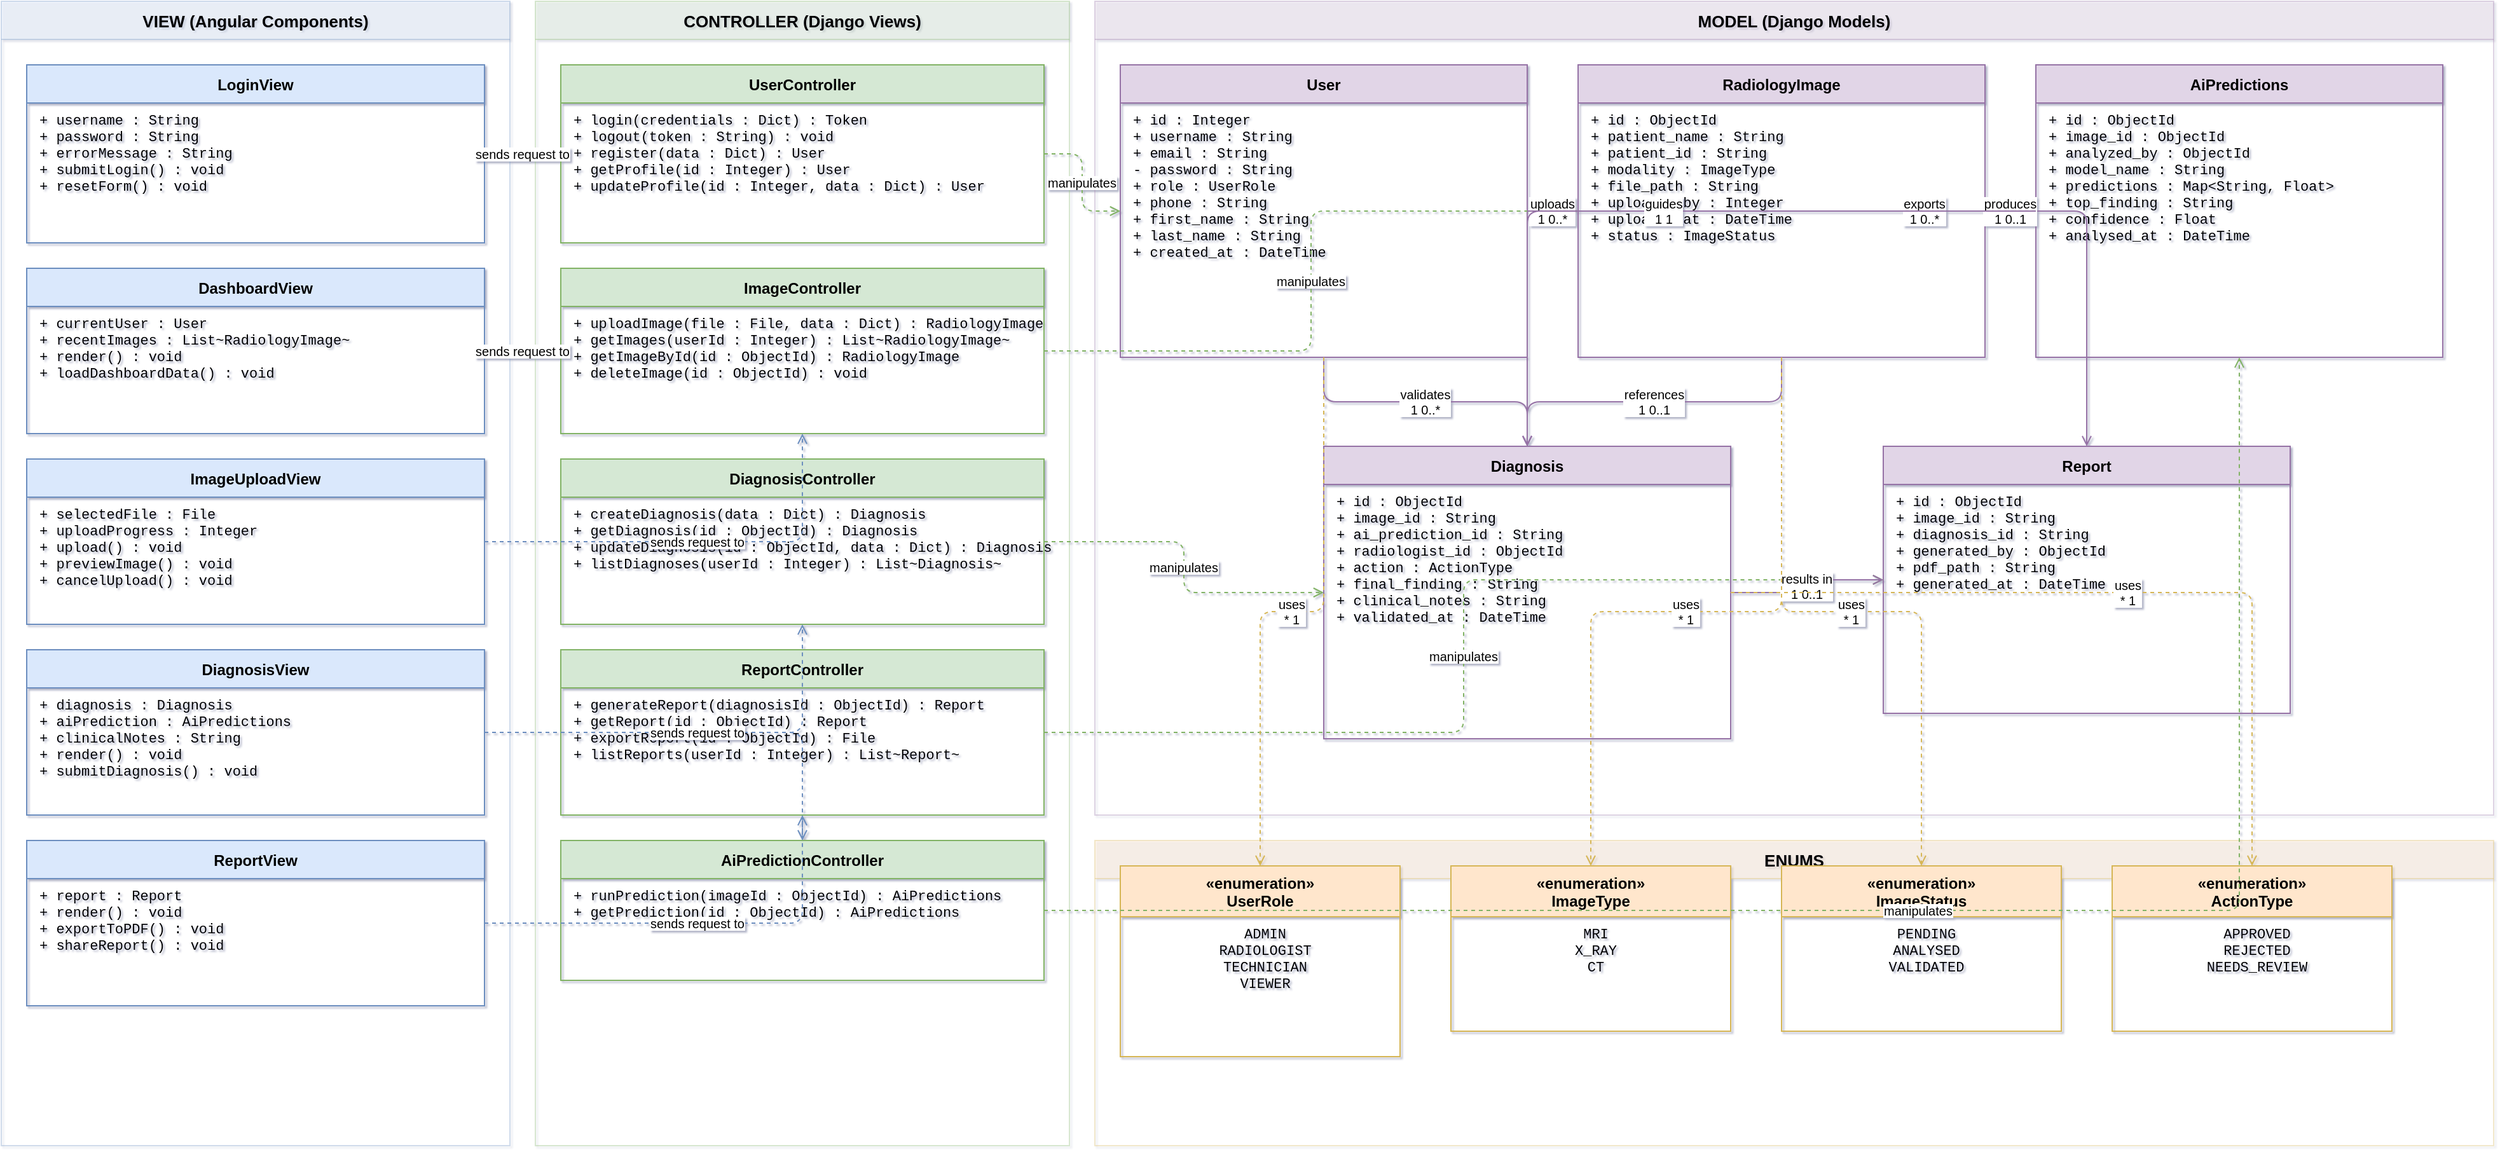
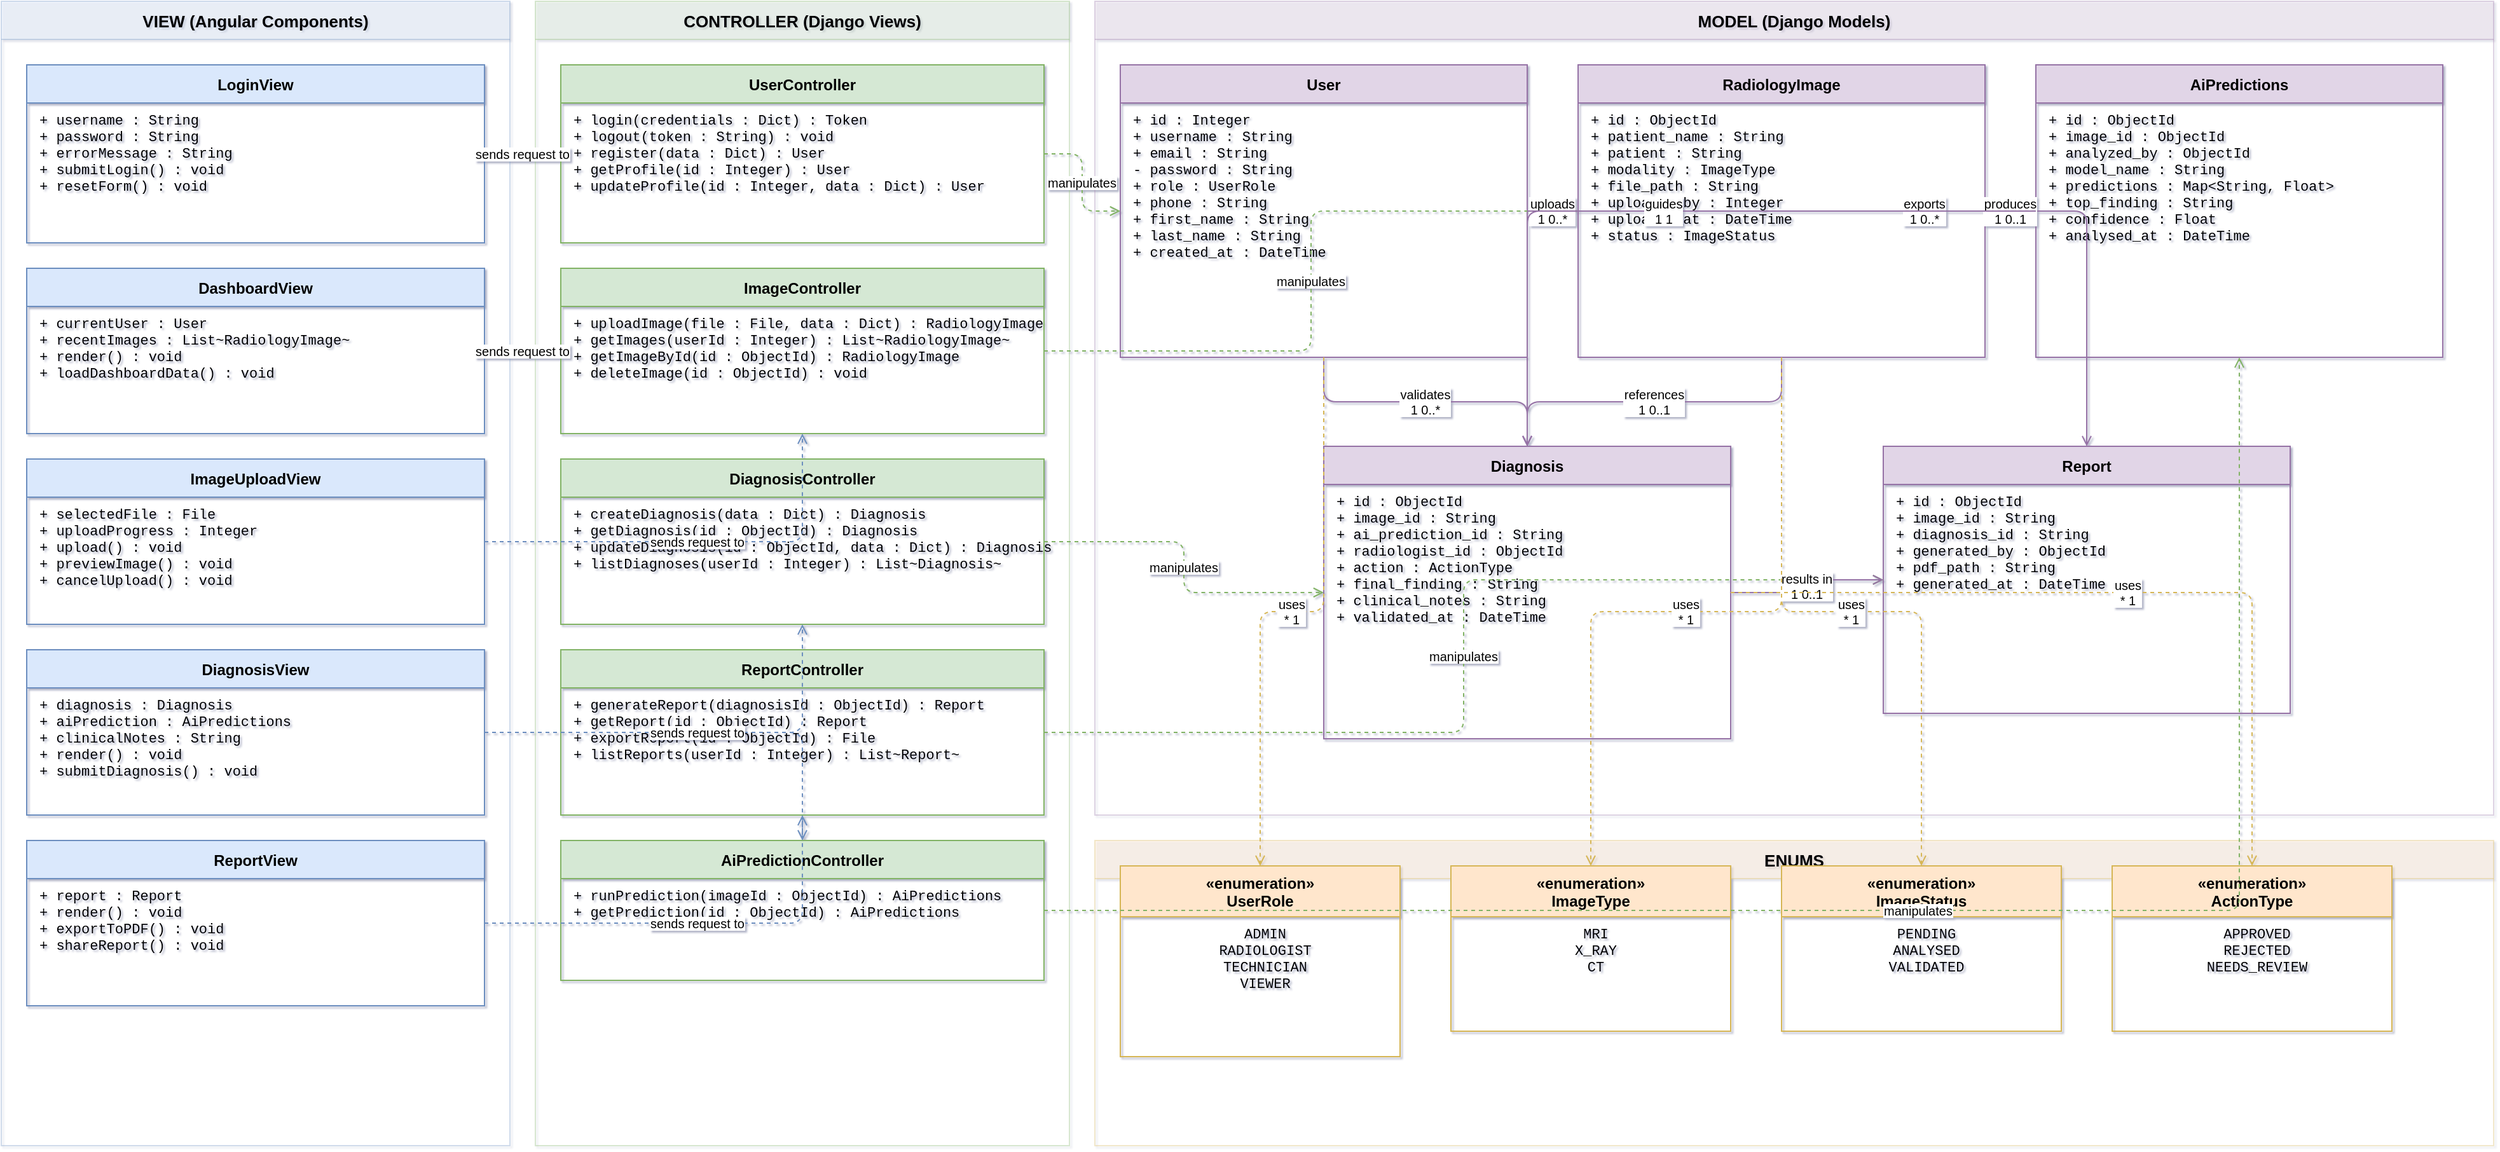
<mxfile host="65bd71144e">
    <diagram name="AI Radiology MVC" id="mvc-diagram">
        <mxGraphModel dx="1304" dy="967" grid="1" gridSize="10" guides="1" tooltips="1" connect="1" arrows="1" fold="1" page="1" pageScale="1" pageWidth="3300" pageHeight="2200" background="none" math="0" shadow="1">
            <root>
                <mxCell id="0"/>
                <mxCell id="1" parent="0"/>
                <mxCell id="layer-view" value="VIEW (Angular Components)" style="swimlane;startSize=30;fillColor=#dae8fc;strokeColor=#6c8ebf;fontStyle=1;fontSize=13;opacity=30;" parent="1" vertex="1">
                    <mxGeometry x="20" y="20" width="400" height="900" as="geometry"/>
                </mxCell>
                <mxCell id="layer-ctrl" value="CONTROLLER (Django Views)" style="swimlane;startSize=30;fillColor=#d5e8d4;strokeColor=#82b366;fontStyle=1;fontSize=13;opacity=30;" parent="1" vertex="1">
                    <mxGeometry x="440" y="20" width="420" height="900" as="geometry"/>
                </mxCell>
                <mxCell id="layer-model" value="MODEL (Django Models)" style="swimlane;startSize=30;fillColor=#e1d5e7;strokeColor=#9673a6;fontStyle=1;fontSize=13;opacity=30;" parent="1" vertex="1">
                    <mxGeometry x="880" y="20" width="1100" height="640" as="geometry"/>
                </mxCell>
                <mxCell id="layer-enum" value="ENUMS" style="swimlane;startSize=30;fillColor=#ffe6cc;strokeColor=#d6b656;fontStyle=1;fontSize=13;opacity=30;" parent="1" vertex="1">
                    <mxGeometry x="880" y="680" width="1100" height="240" as="geometry"/>
                </mxCell>
                <mxCell id="LoginView" value="LoginView" style="swimlane;startSize=30;fillColor=#dae8fc;strokeColor=#6c8ebf;fontStyle=1;fontSize=12;" parent="1" vertex="1">
                    <mxGeometry x="40" y="70" width="360" height="140" as="geometry"/>
                </mxCell>
                <mxCell id="LoginView-attrs" value="+ username : String&#10;+ password : String&#10;+ errorMessage : String&#10;+ submitLogin() : void&#10;+ resetForm() : void" style="text;strokeColor=none;fillColor=none;align=left;verticalAlign=top;spacingLeft=8;fontSize=11;fontFamily=Courier New;" parent="1" vertex="1">
                    <mxGeometry x="40" y="100" width="360" height="110" as="geometry"/>
                </mxCell>
                <mxCell id="DashboardView" value="DashboardView" style="swimlane;startSize=30;fillColor=#dae8fc;strokeColor=#6c8ebf;fontStyle=1;fontSize=12;" parent="1" vertex="1">
                    <mxGeometry x="40" y="230" width="360" height="130" as="geometry"/>
                </mxCell>
                <mxCell id="DashboardView-attrs" value="+ currentUser : User&#10;+ recentImages : List~RadiologyImage~&#10;+ render() : void&#10;+ loadDashboardData() : void" style="text;strokeColor=none;fillColor=none;align=left;verticalAlign=top;spacingLeft=8;fontSize=11;fontFamily=Courier New;" parent="1" vertex="1">
                    <mxGeometry x="40" y="260" width="360" height="100" as="geometry"/>
                </mxCell>
                <mxCell id="ImageUploadView" value="ImageUploadView" style="swimlane;startSize=30;fillColor=#dae8fc;strokeColor=#6c8ebf;fontStyle=1;fontSize=12;" parent="1" vertex="1">
                    <mxGeometry x="40" y="380" width="360" height="130" as="geometry"/>
                </mxCell>
                <mxCell id="ImageUploadView-attrs" value="+ selectedFile : File&#10;+ uploadProgress : Integer&#10;+ upload() : void&#10;+ previewImage() : void&#10;+ cancelUpload() : void" style="text;strokeColor=none;fillColor=none;align=left;verticalAlign=top;spacingLeft=8;fontSize=11;fontFamily=Courier New;" parent="1" vertex="1">
                    <mxGeometry x="40" y="410" width="360" height="100" as="geometry"/>
                </mxCell>
                <mxCell id="DiagnosisView" value="DiagnosisView" style="swimlane;startSize=30;fillColor=#dae8fc;strokeColor=#6c8ebf;fontStyle=1;fontSize=12;" parent="1" vertex="1">
                    <mxGeometry x="40" y="530" width="360" height="130" as="geometry"/>
                </mxCell>
                <mxCell id="DiagnosisView-attrs" value="+ diagnosis : Diagnosis&#10;+ aiPrediction : AiPredictions&#10;+ clinicalNotes : String&#10;+ render() : void&#10;+ submitDiagnosis() : void" style="text;strokeColor=none;fillColor=none;align=left;verticalAlign=top;spacingLeft=8;fontSize=11;fontFamily=Courier New;" parent="1" vertex="1">
                    <mxGeometry x="40" y="560" width="360" height="100" as="geometry"/>
                </mxCell>
                <mxCell id="ReportView" value="ReportView" style="swimlane;startSize=30;fillColor=#dae8fc;strokeColor=#6c8ebf;fontStyle=1;fontSize=12;" parent="1" vertex="1">
                    <mxGeometry x="40" y="680" width="360" height="130" as="geometry"/>
                </mxCell>
                <mxCell id="ReportView-attrs" value="+ report : Report&#10;+ render() : void&#10;+ exportToPDF() : void&#10;+ shareReport() : void" style="text;strokeColor=none;fillColor=none;align=left;verticalAlign=top;spacingLeft=8;fontSize=11;fontFamily=Courier New;" parent="1" vertex="1">
                    <mxGeometry x="40" y="710" width="360" height="100" as="geometry"/>
                </mxCell>
                <mxCell id="UserController" value="UserController" style="swimlane;startSize=30;fillColor=#d5e8d4;strokeColor=#82b366;fontStyle=1;fontSize=12;" parent="1" vertex="1">
                    <mxGeometry x="460" y="70" width="380" height="140" as="geometry"/>
                </mxCell>
                <mxCell id="UserController-attrs" value="+ login(credentials : Dict) : Token&#10;+ logout(token : String) : void&#10;+ register(data : Dict) : User&#10;+ getProfile(id : Integer) : User&#10;+ updateProfile(id : Integer, data : Dict) : User" style="text;strokeColor=none;fillColor=none;align=left;verticalAlign=top;spacingLeft=8;fontSize=11;fontFamily=Courier New;" parent="1" vertex="1">
                    <mxGeometry x="460" y="100" width="380" height="110" as="geometry"/>
                </mxCell>
                <mxCell id="ImageController" value="ImageController" style="swimlane;startSize=30;fillColor=#d5e8d4;strokeColor=#82b366;fontStyle=1;fontSize=12;" parent="1" vertex="1">
                    <mxGeometry x="460" y="230" width="380" height="130" as="geometry"/>
                </mxCell>
                <mxCell id="ImageController-attrs" value="+ uploadImage(file : File, data : Dict) : RadiologyImage&#10;+ getImages(userId : Integer) : List~RadiologyImage~&#10;+ getImageById(id : ObjectId) : RadiologyImage&#10;+ deleteImage(id : ObjectId) : void" style="text;strokeColor=none;fillColor=none;align=left;verticalAlign=top;spacingLeft=8;fontSize=11;fontFamily=Courier New;" parent="1" vertex="1">
                    <mxGeometry x="460" y="260" width="380" height="100" as="geometry"/>
                </mxCell>
                <mxCell id="DiagnosisController" value="DiagnosisController" style="swimlane;startSize=30;fillColor=#d5e8d4;strokeColor=#82b366;fontStyle=1;fontSize=12;" parent="1" vertex="1">
                    <mxGeometry x="460" y="380" width="380" height="130" as="geometry"/>
                </mxCell>
                <mxCell id="DiagnosisController-attrs" value="+ createDiagnosis(data : Dict) : Diagnosis&#10;+ getDiagnosis(id : ObjectId) : Diagnosis&#10;+ updateDiagnosis(id : ObjectId, data : Dict) : Diagnosis&#10;+ listDiagnoses(userId : Integer) : List~Diagnosis~" style="text;strokeColor=none;fillColor=none;align=left;verticalAlign=top;spacingLeft=8;fontSize=11;fontFamily=Courier New;" parent="1" vertex="1">
                    <mxGeometry x="460" y="410" width="380" height="100" as="geometry"/>
                </mxCell>
                <mxCell id="ReportController" value="ReportController" style="swimlane;startSize=30;fillColor=#d5e8d4;strokeColor=#82b366;fontStyle=1;fontSize=12;" parent="1" vertex="1">
                    <mxGeometry x="460" y="530" width="380" height="130" as="geometry"/>
                </mxCell>
                <mxCell id="ReportController-attrs" value="+ generateReport(diagnosisId : ObjectId) : Report&#10;+ getReport(id : ObjectId) : Report&#10;+ exportReport(id : ObjectId) : File&#10;+ listReports(userId : Integer) : List~Report~" style="text;strokeColor=none;fillColor=none;align=left;verticalAlign=top;spacingLeft=8;fontSize=11;fontFamily=Courier New;" parent="1" vertex="1">
                    <mxGeometry x="460" y="560" width="380" height="100" as="geometry"/>
                </mxCell>
                <mxCell id="AiPredictionController" value="AiPredictionController" style="swimlane;startSize=30;fillColor=#d5e8d4;strokeColor=#82b366;fontStyle=1;fontSize=12;" parent="1" vertex="1">
                    <mxGeometry x="460" y="680" width="380" height="110" as="geometry"/>
                </mxCell>
                <mxCell id="AiPredictionController-attrs" value="+ runPrediction(imageId : ObjectId) : AiPredictions&#10;+ getPrediction(id : ObjectId) : AiPredictions" style="text;strokeColor=none;fillColor=none;align=left;verticalAlign=top;spacingLeft=8;fontSize=11;fontFamily=Courier New;" parent="1" vertex="1">
                    <mxGeometry x="460" y="710" width="380" height="80" as="geometry"/>
                </mxCell>
                <mxCell id="User" value="User" style="swimlane;startSize=30;fillColor=#e1d5e7;strokeColor=#9673a6;fontStyle=1;fontSize=12;" parent="1" vertex="1">
                    <mxGeometry x="900" y="70" width="320" height="230" as="geometry"/>
                </mxCell>
                <mxCell id="User-attrs" value="+ id : Integer&#10;+ username : String&#10;+ email : String&#10;- password : String&#10;+ role : UserRole&#10;+ phone : String&#10;+ first_name : String&#10;+ last_name : String&#10;+ created_at : DateTime" style="text;strokeColor=none;fillColor=none;align=left;verticalAlign=top;spacingLeft=8;fontSize=11;fontFamily=Courier New;" parent="1" vertex="1">
                    <mxGeometry x="900" y="100" width="320" height="200" as="geometry"/>
                </mxCell>
                <mxCell id="RadiologyImage" value="RadiologyImage" style="swimlane;startSize=30;fillColor=#e1d5e7;strokeColor=#9673a6;fontStyle=1;fontSize=12;" parent="1" vertex="1">
                    <mxGeometry x="1260" y="70" width="320" height="230" as="geometry"/>
                </mxCell>
-                 <mxCell id="RadiologyImage-attrs" value="+ id : ObjectId&#10;+ patient_name : String&#10;+ patient_id : String&#10;+ modality : ImageType&#10;+ file_path : String&#10;+ uploaded_by : Integer&#10;+ uploaded_at : DateTime&#10;+ status : ImageStatus" style="text;strokeColor=none;fillColor=none;align=left;verticalAlign=top;spacingLeft=8;fontSize=11;fontFamily=Courier New;" parent="1" vertex="1">
+                 <mxCell id="RadiologyImage-attrs" value="+ id : ObjectId&#10;+ patient_name : String&#10;+ patient : String&#10;+ modality : ImageType&#10;+ file_path : String&#10;+ uploaded_by : Integer&#10;+ uploaded_at : DateTime&#10;+ status : ImageStatus" style="text;strokeColor=none;fillColor=none;align=left;verticalAlign=top;spacingLeft=8;fontSize=11;fontFamily=Courier New;" parent="1" vertex="1">
                    <mxGeometry x="1260" y="100" width="320" height="200" as="geometry"/>
                </mxCell>
                <mxCell id="AiPredictions" value="AiPredictions" style="swimlane;startSize=30;fillColor=#e1d5e7;strokeColor=#9673a6;fontStyle=1;fontSize=12;" parent="1" vertex="1">
                    <mxGeometry x="1620" y="70" width="320" height="230" as="geometry"/>
                </mxCell>
                <mxCell id="AiPredictions-attrs" value="+ id : ObjectId&#10;+ image_id : ObjectId&#10;+ analyzed_by : ObjectId&#10;+ model_name : String&#10;+ predictions : Map&lt;String, Float&gt;&#10;+ top_finding : String&#10;+ confidence : Float&#10;+ analysed_at : DateTime" style="text;strokeColor=none;fillColor=none;align=left;verticalAlign=top;spacingLeft=8;fontSize=11;fontFamily=Courier New;" parent="1" vertex="1">
                    <mxGeometry x="1620" y="100" width="320" height="200" as="geometry"/>
                </mxCell>
                <mxCell id="Diagnosis" value="Diagnosis" style="swimlane;startSize=30;fillColor=#e1d5e7;strokeColor=#9673a6;fontStyle=1;fontSize=12;" parent="1" vertex="1">
                    <mxGeometry x="1060" y="370" width="320" height="230" as="geometry"/>
                </mxCell>
                <mxCell id="Diagnosis-attrs" value="+ id : ObjectId&#10;+ image_id : String&#10;+ ai_prediction_id : String&#10;+ radiologist_id : ObjectId&#10;+ action : ActionType&#10;+ final_finding : String&#10;+ clinical_notes : String&#10;+ validated_at : DateTime" style="text;strokeColor=none;fillColor=none;align=left;verticalAlign=top;spacingLeft=8;fontSize=11;fontFamily=Courier New;" parent="1" vertex="1">
                    <mxGeometry x="1060" y="400" width="320" height="200" as="geometry"/>
                </mxCell>
                <mxCell id="Report" value="Report" style="swimlane;startSize=30;fillColor=#e1d5e7;strokeColor=#9673a6;fontStyle=1;fontSize=12;" parent="1" vertex="1">
                    <mxGeometry x="1500" y="370" width="320" height="210" as="geometry"/>
                </mxCell>
                <mxCell id="Report-attrs" value="+ id : ObjectId&#10;+ image_id : String&#10;+ diagnosis_id : String&#10;+ generated_by : ObjectId&#10;+ pdf_path : String&#10;+ generated_at : DateTime" style="text;strokeColor=none;fillColor=none;align=left;verticalAlign=top;spacingLeft=8;fontSize=11;fontFamily=Courier New;" parent="1" vertex="1">
                    <mxGeometry x="1500" y="400" width="320" height="180" as="geometry"/>
                </mxCell>
                <mxCell id="UserRole" value="«enumeration»&#10;UserRole" style="swimlane;startSize=40;fillColor=#ffe6cc;strokeColor=#d6b656;fontStyle=1;fontSize=12;" parent="1" vertex="1">
                    <mxGeometry x="900" y="700" width="220" height="150" as="geometry"/>
                </mxCell>
                <mxCell id="UserRole-attrs" value="ADMIN&#10;RADIOLOGIST&#10;TECHNICIAN&#10;VIEWER" style="text;strokeColor=none;fillColor=none;align=center;verticalAlign=top;spacingLeft=8;fontSize=11;fontFamily=Courier New;" parent="1" vertex="1">
                    <mxGeometry x="900" y="740" width="220" height="110" as="geometry"/>
                </mxCell>
                <mxCell id="ImageType" value="«enumeration»&#10;ImageType" style="swimlane;startSize=40;fillColor=#ffe6cc;strokeColor=#d6b656;fontStyle=1;fontSize=12;" parent="1" vertex="1">
                    <mxGeometry x="1160" y="700" width="220" height="130" as="geometry"/>
                </mxCell>
                <mxCell id="ImageType-attrs" value="MRI&#10;X_RAY&#10;CT" style="text;strokeColor=none;fillColor=none;align=center;verticalAlign=top;spacingLeft=8;fontSize=11;fontFamily=Courier New;" parent="1" vertex="1">
                    <mxGeometry x="1160" y="740" width="220" height="90" as="geometry"/>
                </mxCell>
                <mxCell id="ImageStatus" value="«enumeration»&#10;ImageStatus" style="swimlane;startSize=40;fillColor=#ffe6cc;strokeColor=#d6b656;fontStyle=1;fontSize=12;" parent="1" vertex="1">
                    <mxGeometry x="1420" y="700" width="220" height="130" as="geometry"/>
                </mxCell>
                <mxCell id="ImageStatus-attrs" value="PENDING&#10;ANALYSED&#10;VALIDATED" style="text;strokeColor=none;fillColor=none;align=center;verticalAlign=top;spacingLeft=8;fontSize=11;fontFamily=Courier New;" parent="1" vertex="1">
                    <mxGeometry x="1420" y="740" width="220" height="90" as="geometry"/>
                </mxCell>
                <mxCell id="ActionType" value="«enumeration»&#10;ActionType" style="swimlane;startSize=40;fillColor=#ffe6cc;strokeColor=#d6b656;fontStyle=1;fontSize=12;" parent="1" vertex="1">
                    <mxGeometry x="1680" y="700" width="220" height="130" as="geometry"/>
                </mxCell>
                <mxCell id="ActionType-attrs" value="APPROVED&#10;REJECTED&#10;NEEDS_REVIEW" style="text;strokeColor=none;fillColor=none;align=center;verticalAlign=top;spacingLeft=8;fontSize=11;fontFamily=Courier New;" parent="1" vertex="1">
                    <mxGeometry x="1680" y="740" width="220" height="90" as="geometry"/>
                </mxCell>
                <mxCell id="e1" value="sends request to" style="edgeStyle=orthogonalEdgeStyle;dashed=1;strokeColor=#6c8ebf;fontSize=10;endArrow=open;endFill=0;" parent="1" source="LoginView" target="UserController" edge="1">
                    <mxGeometry relative="1" as="geometry"/>
                </mxCell>
                <mxCell id="e2" value="sends request to" style="edgeStyle=orthogonalEdgeStyle;dashed=1;strokeColor=#6c8ebf;fontSize=10;endArrow=open;endFill=0;" parent="1" source="DashboardView" target="ImageController" edge="1">
                    <mxGeometry relative="1" as="geometry"/>
                </mxCell>
                <mxCell id="e3" value="sends request to" style="edgeStyle=orthogonalEdgeStyle;dashed=1;strokeColor=#6c8ebf;fontSize=10;endArrow=open;endFill=0;" parent="1" source="ImageUploadView" target="ImageController" edge="1">
                    <mxGeometry relative="1" as="geometry"/>
                </mxCell>
                <mxCell id="e4" value="sends request to" style="edgeStyle=orthogonalEdgeStyle;dashed=1;strokeColor=#6c8ebf;fontSize=10;endArrow=open;endFill=0;" parent="1" source="DiagnosisView" target="DiagnosisController" edge="1">
                    <mxGeometry relative="1" as="geometry"/>
                </mxCell>
                <mxCell id="e5" value="sends request to" style="edgeStyle=orthogonalEdgeStyle;dashed=1;strokeColor=#6c8ebf;fontSize=10;endArrow=open;endFill=0;" parent="1" source="DiagnosisView" target="AiPredictionController" edge="1">
                    <mxGeometry relative="1" as="geometry"/>
                </mxCell>
                <mxCell id="e6" value="sends request to" style="edgeStyle=orthogonalEdgeStyle;dashed=1;strokeColor=#6c8ebf;fontSize=10;endArrow=open;endFill=0;" parent="1" source="ReportView" target="ReportController" edge="1">
                    <mxGeometry relative="1" as="geometry"/>
                </mxCell>
                <mxCell id="e7" value="manipulates" style="edgeStyle=orthogonalEdgeStyle;dashed=1;strokeColor=#82b366;fontSize=10;endArrow=open;endFill=0;" parent="1" source="UserController" target="User" edge="1">
                    <mxGeometry relative="1" as="geometry"/>
                </mxCell>
                <mxCell id="e8" value="manipulates" style="edgeStyle=orthogonalEdgeStyle;dashed=1;strokeColor=#82b366;fontSize=10;endArrow=open;endFill=0;" parent="1" source="ImageController" target="RadiologyImage" edge="1">
                    <mxGeometry relative="1" as="geometry"/>
                </mxCell>
                <mxCell id="e9" value="manipulates" style="edgeStyle=orthogonalEdgeStyle;dashed=1;strokeColor=#82b366;fontSize=10;endArrow=open;endFill=0;" parent="1" source="DiagnosisController" target="Diagnosis" edge="1">
                    <mxGeometry relative="1" as="geometry"/>
                </mxCell>
                <mxCell id="e10" value="manipulates" style="edgeStyle=orthogonalEdgeStyle;dashed=1;strokeColor=#82b366;fontSize=10;endArrow=open;endFill=0;" parent="1" source="ReportController" target="Report" edge="1">
                    <mxGeometry relative="1" as="geometry"/>
                </mxCell>
                <mxCell id="e11" value="manipulates" style="edgeStyle=orthogonalEdgeStyle;dashed=1;strokeColor=#82b366;fontSize=10;endArrow=open;endFill=0;" parent="1" source="AiPredictionController" target="AiPredictions" edge="1">
                    <mxGeometry relative="1" as="geometry"/>
                </mxCell>
                <mxCell id="e12" value="uploads&#10;1       0..*" style="edgeStyle=orthogonalEdgeStyle;strokeColor=#9673a6;fontSize=10;endArrow=open;endFill=0;" parent="1" source="User" target="RadiologyImage" edge="1">
                    <mxGeometry relative="1" as="geometry"/>
                </mxCell>
                <mxCell id="e13" value="validates&#10;1       0..*" style="edgeStyle=orthogonalEdgeStyle;strokeColor=#9673a6;fontSize=10;endArrow=open;endFill=0;" parent="1" source="User" target="Diagnosis" edge="1">
                    <mxGeometry relative="1" as="geometry"/>
                </mxCell>
                <mxCell id="e14" value="exports&#10;1       0..*" style="edgeStyle=orthogonalEdgeStyle;strokeColor=#9673a6;fontSize=10;endArrow=open;endFill=0;" parent="1" source="User" target="Report" edge="1">
                    <mxGeometry relative="1" as="geometry"/>
                </mxCell>
                <mxCell id="e15" value="produces&#10;1       0..1" style="edgeStyle=orthogonalEdgeStyle;strokeColor=#9673a6;fontSize=10;endArrow=open;endFill=0;" parent="1" source="RadiologyImage" target="AiPredictions" edge="1">
                    <mxGeometry relative="1" as="geometry"/>
                </mxCell>
                <mxCell id="e16" value="references&#10;1       0..1" style="edgeStyle=orthogonalEdgeStyle;strokeColor=#9673a6;fontSize=10;endArrow=open;endFill=0;" parent="1" source="RadiologyImage" target="Diagnosis" edge="1">
                    <mxGeometry relative="1" as="geometry"/>
                </mxCell>
                <mxCell id="e17" value="guides&#10;1       1" style="edgeStyle=orthogonalEdgeStyle;strokeColor=#9673a6;fontSize=10;endArrow=open;endFill=0;" parent="1" source="AiPredictions" target="Diagnosis" edge="1">
                    <mxGeometry relative="1" as="geometry"/>
                </mxCell>
                <mxCell id="e18" value="results in&#10;1       0..1" style="edgeStyle=orthogonalEdgeStyle;strokeColor=#9673a6;fontSize=10;endArrow=open;endFill=0;" parent="1" source="Diagnosis" target="Report" edge="1">
                    <mxGeometry relative="1" as="geometry"/>
                </mxCell>
                <mxCell id="e19" value="uses&#10;*     1" style="edgeStyle=orthogonalEdgeStyle;dashed=1;strokeColor=#d6b656;fontSize=10;endArrow=open;endFill=0;" parent="1" source="User" target="UserRole" edge="1">
                    <mxGeometry relative="1" as="geometry"/>
                </mxCell>
                <mxCell id="e20" value="uses&#10;*     1" style="edgeStyle=orthogonalEdgeStyle;dashed=1;strokeColor=#d6b656;fontSize=10;endArrow=open;endFill=0;" parent="1" source="RadiologyImage" target="ImageType" edge="1">
                    <mxGeometry relative="1" as="geometry"/>
                </mxCell>
                <mxCell id="e21" value="uses&#10;*     1" style="edgeStyle=orthogonalEdgeStyle;dashed=1;strokeColor=#d6b656;fontSize=10;endArrow=open;endFill=0;" parent="1" source="RadiologyImage" target="ImageStatus" edge="1">
                    <mxGeometry relative="1" as="geometry"/>
                </mxCell>
                <mxCell id="e22" value="uses&#10;*     1" style="edgeStyle=orthogonalEdgeStyle;dashed=1;strokeColor=#d6b656;fontSize=10;endArrow=open;endFill=0;" parent="1" source="Diagnosis" target="ActionType" edge="1">
                    <mxGeometry relative="1" as="geometry"/>
                </mxCell>
            </root>
        </mxGraphModel>
    </diagram>
</mxfile>